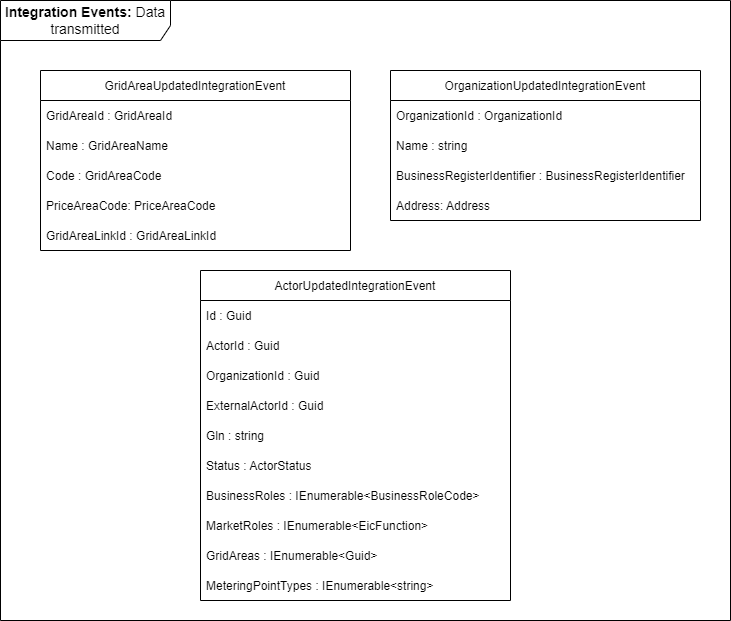
Above: docs/images/Actor_register-IntegrationEventsDataTransmitted.drawio.png in Energinet-DataHub/geh-market-participant (draw.io), before the change. Source tidied: cells renumbered, new cells last; positions are measured from the earlier drawing's top-left corner, leaving out a move shared by most shapes.
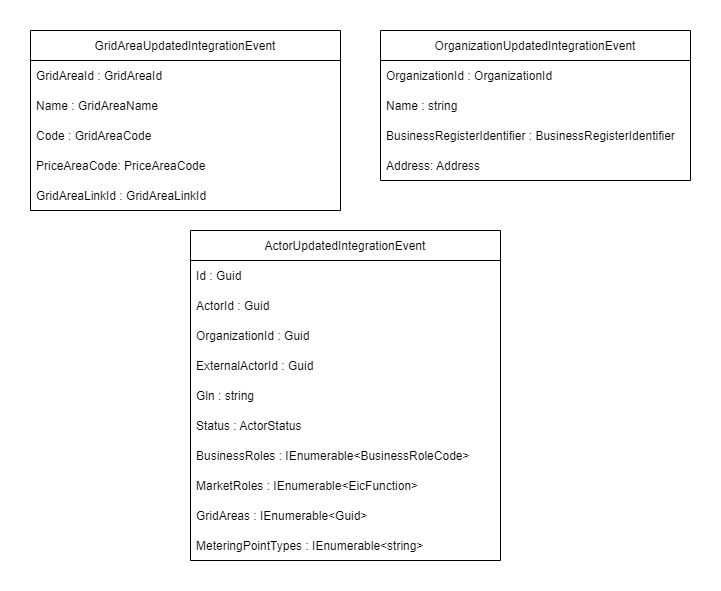
Later version of the same file.

Commit message:
Update diagrams and text

What changed in the source:
```diff
@@ -2,9 +2,6 @@
   <root>
     <mxCell id="0" />
     <mxCell id="1" parent="0" />
-    <mxCell id="2" value="&lt;b&gt;Integration Events:&lt;/b&gt; Data transmitted" style="shape=umlFrame;whiteSpace=wrap;html=1;fontSize=14;width=170;height=40;" parent="1" vertex="1">
-      <mxGeometry width="730" height="620" as="geometry" />
-    </mxCell>
     <mxCell id="3" value="OrganizationUpdatedIntegrationEvent" style="swimlane;fontStyle=0;horizontal=1;startSize=30;" parent="1" vertex="1">
       <mxGeometry x="390" y="70" width="310" height="150" as="geometry" />
     </mxCell>
```
